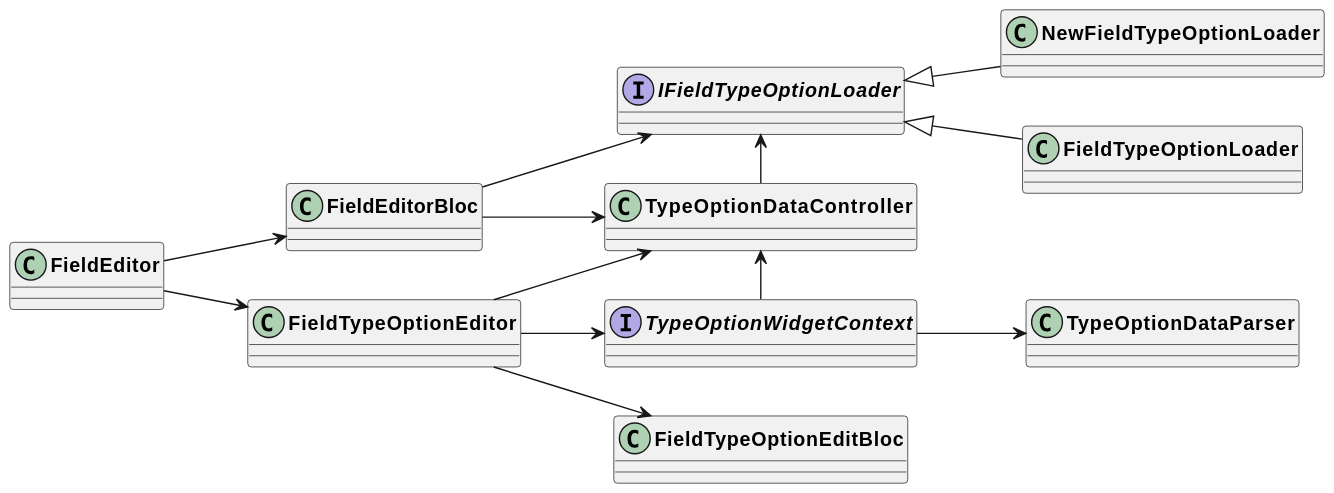
The PlantUML diagram uml/output/Field_Editor.svg in AppFlowy-IO/AppFlowy-Docs, before a commit.
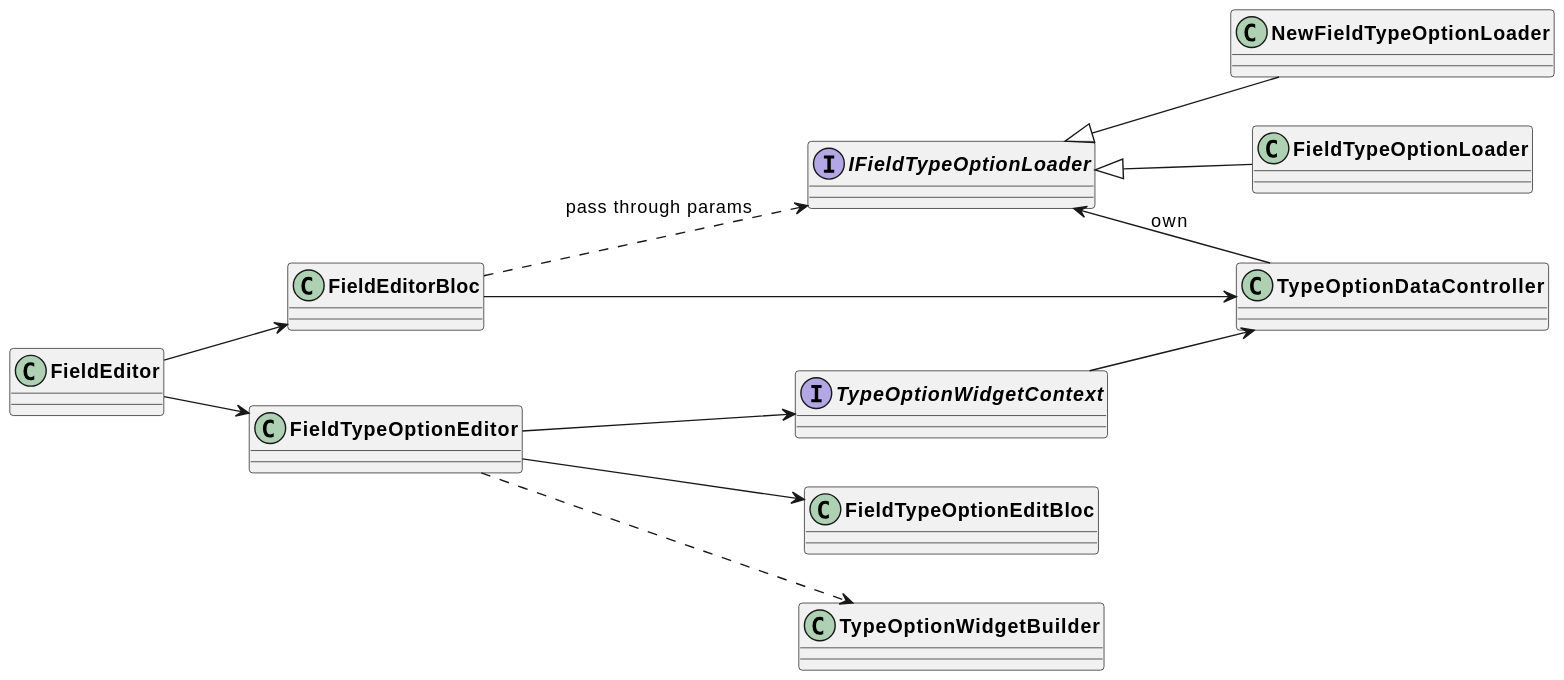
The same diagram one commit later.

Diff of the diagram source:
```diff
@@ -10,16 +10,15 @@
 FieldEditor --> FieldEditorBloc
 FieldEditor --> FieldTypeOptionEditor
 
-FieldEditorBloc --> IFieldTypeOptionLoader
+FieldEditorBloc ..> IFieldTypeOptionLoader : pass through params
 FieldEditorBloc --> TypeOptionDataController
+TypeOptionDataController -u-> IFieldTypeOptionLoader: own
 NewFieldTypeOptionLoader -u-|> IFieldTypeOptionLoader
 FieldTypeOptionLoader -u-|> IFieldTypeOptionLoader
 
 FieldTypeOptionEditor --> FieldTypeOptionEditBloc
 FieldTypeOptionEditor --> TypeOptionWidgetContext
-FieldTypeOptionEditor --> TypeOptionDataController
-TypeOptionDataController -l-> IFieldTypeOptionLoader
+FieldTypeOptionEditor ..> TypeOptionWidgetBuilder
 
-TypeOptionWidgetContext -l-> TypeOptionDataController
-TypeOptionWidgetContext --> TypeOptionDataParser
+TypeOptionWidgetContext --> TypeOptionDataController
 @enduml
```
